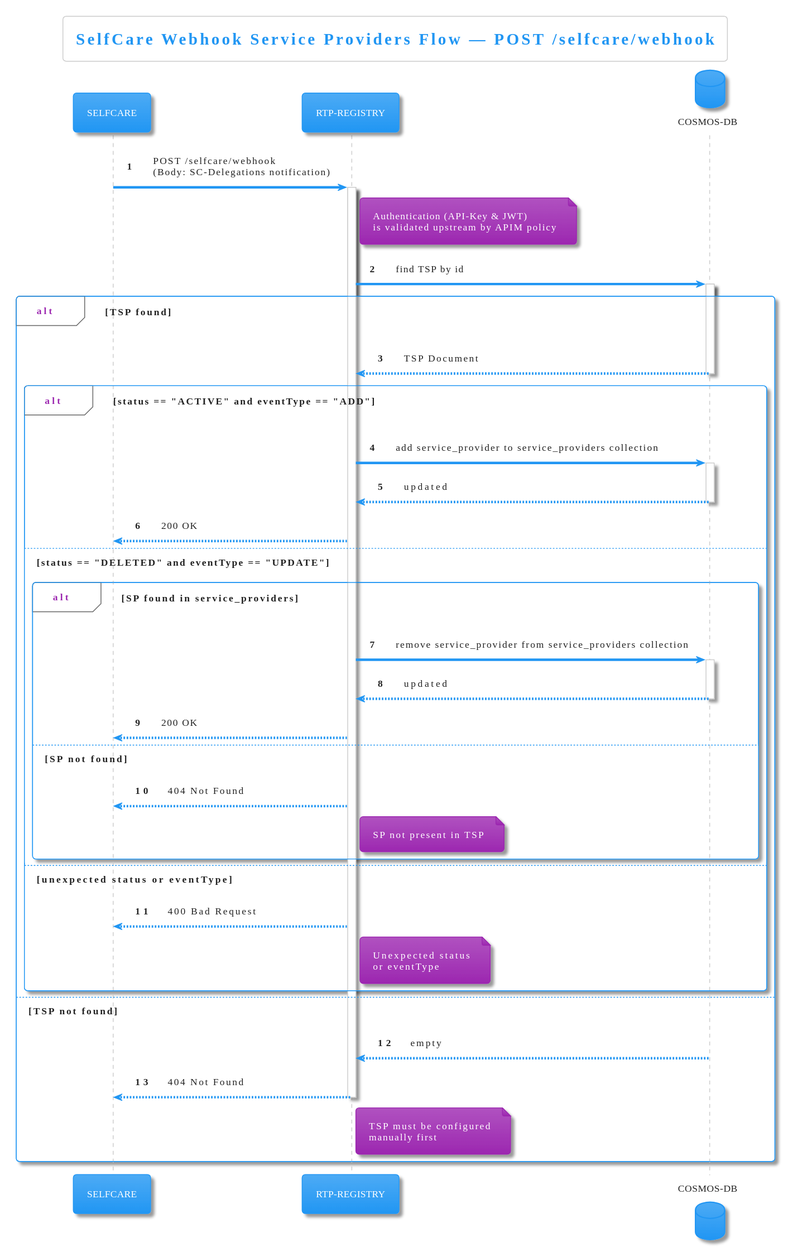
Earlier version of the PlantUML export diagrams/selfcare-service-providers-webhook.svg (pagopa/rtp-docs).
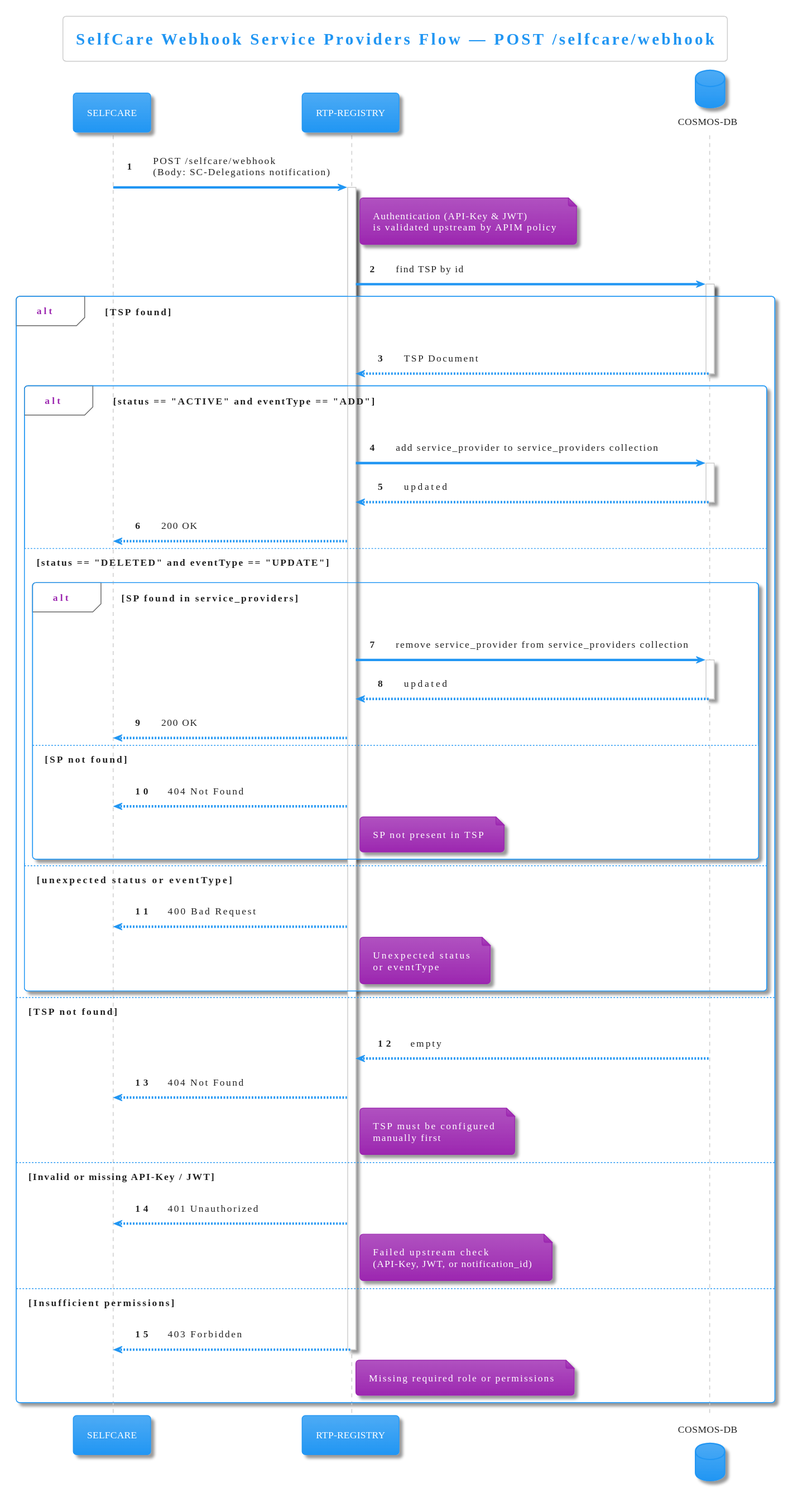
Later version of the same file.

Change to the diagram source:
```diff
@@ -56,11 +56,24 @@
     DB --> REG: empty
     deactivate DB
     REG --> SC: 404 Not Found
-    deactivate REG
     note right of REG
       TSP must be configured
       manually first
     end note
 
+else Invalid or missing API-Key / JWT
+    REG --> SC: 401 Unauthorized
+    note right of REG
+      Failed upstream check
+      (API-Key, JWT, or notification_id)
+    end note
+
+else Insufficient permissions
+    REG --> SC: 403 Forbidden
+    deactivate REG
+    note right of REG
+      Missing required role or permissions
+    end note
+
 end
 @enduml
```
